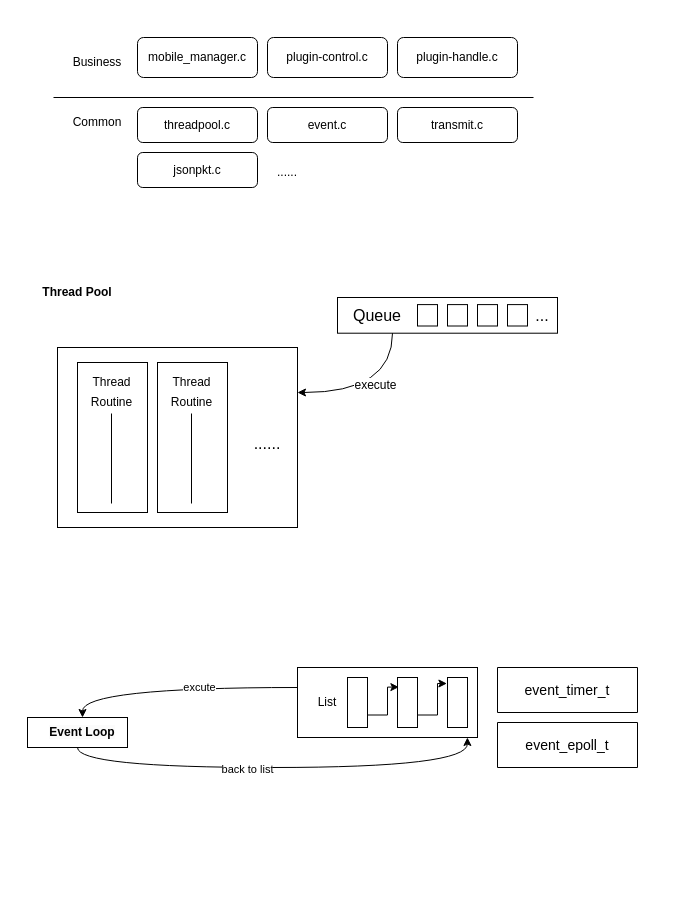
waterwatermelon/graph keeps this draw.io diagram as page "frame" (1 of 4) of gw-mtk/mobile_manager.drawio. Above is the earlier version. Source tidied: cells renumbered, new cells numbered last; positions are measured from the earlier drawing's top-left corner, leaving out a move shared by most shapes. Both pictures are drawn from the tidied source at 100%, with x=0, y=0 at pixel (17, 17).
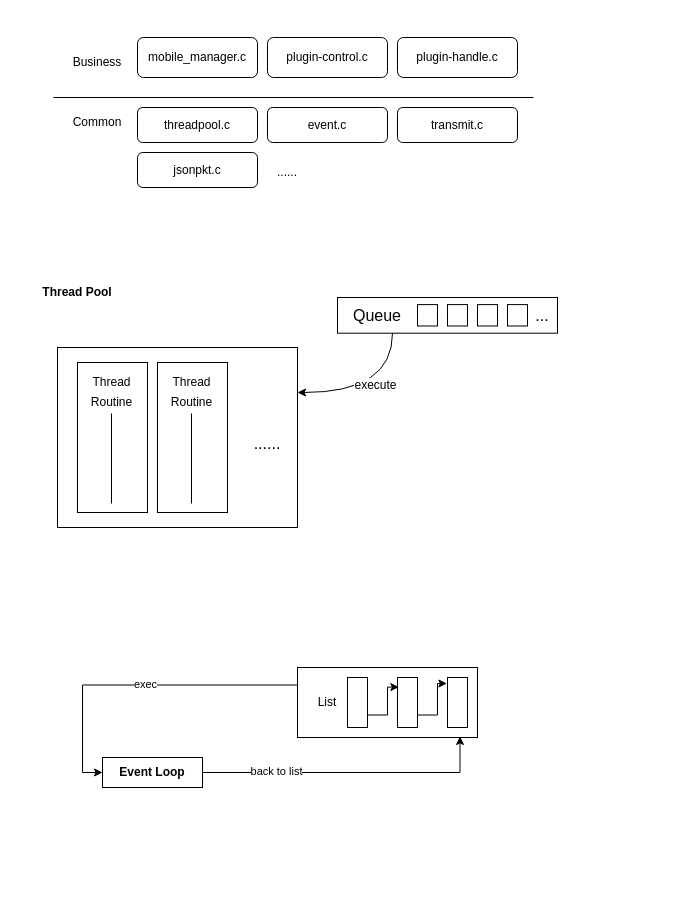
The same page after the edit.

Unchanged cells that the change refers to:
```xml
<mxCell id="18" style="rounded=0;whiteSpace=wrap;html=1;fontSize=16;" parent="1" vertex="1">
  <mxGeometry x="280" y="650" width="180" height="70" as="geometry" />
</mxCell>
<mxCell id="26" value="List" style="text;html=1;strokeColor=none;fillColor=none;align=center;verticalAlign=middle;whiteSpace=wrap;rounded=0;" parent="1" vertex="1">
  <mxGeometry x="280" y="670" width="60" height="30" as="geometry" />
</mxCell>
```

Diff of the diagram source:
```diff
@@
     <mxCell id="2" style="rounded=0;whiteSpace=wrap;html=1;strokeColor=none;" parent="1" vertex="1">
-      <mxGeometry y="600" width="650" height="290" as="geometry" />
+      <mxGeometry y="600" width="510" height="230" as="geometry" />
     </mxCell>
-    <mxCell id="3" style="edgeStyle=orthogonalEdgeStyle;rounded=0;jettySize=auto;html=1;exitX=0.5;exitY=1;exitDx=0;exitDy=0;entryX=0.944;entryY=1;entryDx=0;entryDy=0;entryPerimeter=0;curved=1;" parent="1" edge="1" source="5" target="18">
+    <mxCell id="3" style="edgeStyle=orthogonalEdgeStyle;rounded=0;jettySize=auto;html=1;exitX=1;exitY=0.5;exitDx=0;exitDy=0;entryX=0.903;entryY=0.985;entryDx=0;entryDy=0;entryPerimeter=0;" parent="1" edge="1" source="5" target="18">
       <mxGeometry relative="1" as="geometry" />
     </mxCell>
     <mxCell id="4" value="back to list" style="edgeLabel;html=1;align=center;verticalAlign=middle;" parent="3" vertex="1">
-      <mxGeometry x="-0.14" y="-1" relative="1" as="geometry" />
+      <mxGeometry x="-0.5" y="2" relative="1" as="geometry" />
     </mxCell>
-    <mxCell id="5" style="rounded=0;whiteSpace=wrap;html=1;" parent="1" vertex="1">
-      <mxGeometry x="10" y="700" width="100" height="30" as="geometry" />
+    <mxCell id="5" value="&lt;b style=&quot;border-color: var(--border-color);&quot;&gt;Event Loop&lt;/b&gt;" style="rounded=0;whiteSpace=wrap;html=1;" parent="1" vertex="1">
+      <mxGeometry x="85" y="740" width="100" height="30" as="geometry" />
     </mxCell>
@@
+    <mxCell id="54" style="edgeStyle=orthogonalEdgeStyle;rounded=0;jettySize=auto;html=1;exitX=0;exitY=0.25;exitDx=0;exitDy=0;entryX=0;entryY=0.5;entryDx=0;entryDy=0;elbow=vertical;" parent="1" edge="1" source="18" target="5">
+      <mxGeometry relative="1" as="geometry" />
+    </mxCell>
+    <mxCell id="55" value="exec" style="edgeLabel;html=1;align=center;verticalAlign=middle;" parent="54" vertex="1">
+      <mxGeometry x="-0.05" y="-1" relative="1" as="geometry" />
+    </mxCell>
@@
-    <mxCell id="24" style="edgeStyle=orthogonalEdgeStyle;rounded=0;jettySize=auto;html=1;exitX=0;exitY=0;exitDx=0;exitDy=0;entryX=0.5;entryY=0;entryDx=0;entryDy=0;curved=1;" parent="1" edge="1" source="26" target="36">
-      <mxGeometry relative="1" as="geometry">
-        <Array as="points">
-          <mxPoint x="65" y="670" />
-        </Array>
-      </mxGeometry>
-    </mxCell>
-    <mxCell id="25" value="excute" style="edgeLabel;html=1;align=center;verticalAlign=middle;" parent="24" vertex="1">
-      <mxGeometry x="-0.19" y="-1" relative="1" as="geometry" />
-    </mxCell>
@@
-    <mxCell id="27" value="event_timer_t" style="swimlane;horizontal=1;startSize=50;rounded=1;fontSize=14;fontStyle=0;strokeWidth=1;shadow=0;dashed=0;align=center;arcSize=4;whiteSpace=wrap;html=1;" parent="1" vertex="1" collapsed="1">
-      <mxGeometry x="480" y="650" width="140" height="45" as="geometry" />
-    </mxCell>
-    <mxCell id="28" value="event_epoll_t" style="swimlane;horizontal=1;startSize=50;rounded=1;fontSize=14;fontStyle=0;strokeWidth=1;shadow=0;dashed=0;align=center;arcSize=4;whiteSpace=wrap;html=1;" parent="1" vertex="1" collapsed="1">
-      <mxGeometry x="480" y="705" width="140" height="45" as="geometry" />
-    </mxCell>
@@
-    <mxCell id="36" value="&lt;b style=&quot;border-color: var(--border-color); color: rgb(0, 0, 0); font-family: Helvetica; font-size: 12px; font-style: normal; font-variant-ligatures: normal; font-variant-caps: normal; letter-spacing: normal; orphans: 2; text-align: center; text-indent: 0px; text-transform: none; widows: 2; word-spacing: 0px; -webkit-text-stroke-width: 0px; background-color: rgb(251, 251, 251); text-decoration-thickness: initial; text-decoration-style: initial; text-decoration-color: initial;&quot;&gt;Event Loop&lt;/b&gt;" style="text;html=1;strokeColor=none;fillColor=none;align=center;verticalAlign=middle;whiteSpace=wrap;rounded=0;" parent="1" vertex="1">
-      <mxGeometry x="10" y="700" width="110" height="30" as="geometry" />
-    </mxCell>
```
